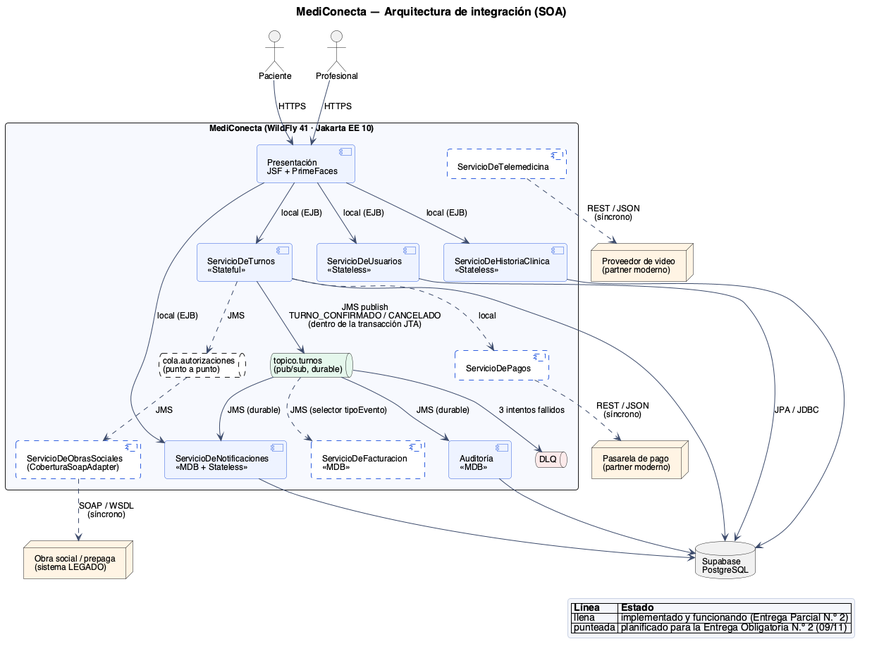
Above: docs/diagramas/01-integracion-soa.png in ToxicWork/MediConecta (PlantUML), before the change. The source it was exported from:
```plantuml
@startuml 01-integracion-soa
!include _estilo.iuml
title MediConecta — Arquitectura de integración (SOA)


actor "Paciente" as PAC
actor "Profesional" as PRO

rectangle "MediConecta (WildFly 41 · Jakarta EE 10)" #F7F9FE {
  component "Presentación\nJSF + PrimeFaces" as WEB
  component "ServicioDeUsuarios\n<<Stateless>>" as SU
  component "ServicioDeTurnos\n<<Stateful>>" as ST
  component "ServicioDeHistoriaClinica\n<<Stateless>>" as SHC
  component "ServicioDeNotificaciones\n<<MDB + Stateless>>" as SN
  component "Auditoría\n<<MDB>>" as AUD
  component "ServicioDeFacturacion\n<<MDB>>" as SF #FFFFFF;line.dashed
  component "ServicioDeObrasSociales\n(CoberturaSoapAdapter)" as SOS #FFFFFF;line.dashed
  component "ServicioDePagos" as SP #FFFFFF;line.dashed
  component "ServicioDeTelemedicina" as STM #FFFFFF;line.dashed

  queue "topico.turnos\n(pub/sub, durable)" as TOP #E5F7EC
  queue "cola.autorizaciones\n(punto a punto)" as COLA #FFFFFF;line.dashed
  queue "DLQ" as DLQ #FDEAEA
}

database "Supabase\nPostgreSQL" as DB
node "Obra social / prepaga\n(sistema LEGADO)" as OS #FFF4E4
node "Pasarela de pago\n(partner moderno)" as PG #FFF4E4
node "Proveedor de video\n(partner moderno)" as VID #FFF4E4

PAC --> WEB : HTTPS
PRO --> WEB : HTTPS
WEB --> SU : local (EJB)
WEB --> ST : local (EJB)
WEB --> SHC : local (EJB)
WEB --> SN : local (EJB)

ST --> TOP : JMS publish\nTURNO_CONFIRMADO / CANCELADO\n(dentro de la transacción JTA)
TOP --> SN : JMS (durable)
TOP --> AUD : JMS (durable)
TOP ..> SF : JMS (selector tipoEvento)
TOP --> DLQ : 3 intentos fallidos

ST ..> COLA : JMS
COLA ..> SOS : JMS
SOS ..> OS : SOAP / WSDL\n(síncrono)
ST ..> SP : local
SP ..> PG : REST / JSON\n(síncrono)
STM ..> VID : REST / JSON\n(síncrono)

SU --> DB : JPA / JDBC
ST --> DB
SHC --> DB
SN --> DB
AUD --> DB

legend right
  |= Línea |= Estado |
  | llena | implementado y funcionando (Entrega Parcial N.º 2) |
  | punteada | planificado para la Entrega Obligatoria N.º 2 (09/11) |
endlegend
@enduml
```
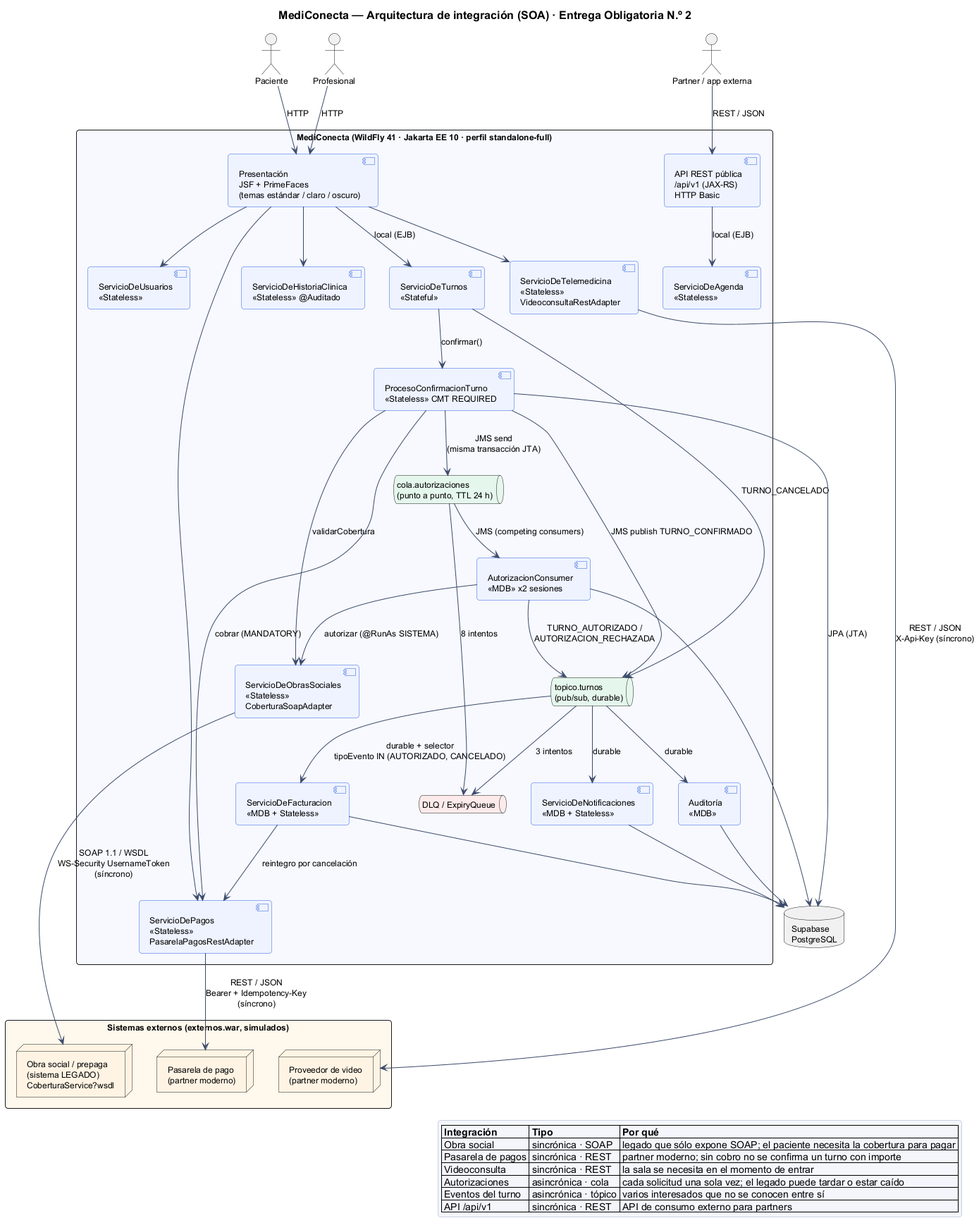
The same file after the commit.

Change to the diagram source:
```diff
@@ -1,62 +1,83 @@
 @startuml 01-integracion-soa
 !include _estilo.iuml
-title MediConecta — Arquitectura de integración (SOA)
-
+title MediConecta — Arquitectura de integración (SOA) · Entrega Obligatoria N.º 2
 
 actor "Paciente" as PAC
 actor "Profesional" as PRO
+actor "Partner / app externa" as EXTAPP
 
-rectangle "MediConecta (WildFly 41 · Jakarta EE 10)" #F7F9FE {
-  component "Presentación\nJSF + PrimeFaces" as WEB
+rectangle "MediConecta (WildFly 41 · Jakarta EE 10 · perfil standalone-full)" #F7F9FE {
+  component "Presentación\nJSF + PrimeFaces\n(temas estándar / claro / oscuro)" as WEB
+  component "API REST pública\n/api/v1 (JAX-RS)\nHTTP Basic" as API
   component "ServicioDeUsuarios\n<<Stateless>>" as SU
   component "ServicioDeTurnos\n<<Stateful>>" as ST
-  component "ServicioDeHistoriaClinica\n<<Stateless>>" as SHC
+  component "ProcesoConfirmacionTurno\n<<Stateless>> CMT REQUIRED" as PCT
+  component "ServicioDeAgenda\n<<Stateless>>" as SA
+  component "ServicioDeHistoriaClinica\n<<Stateless>> @Auditado" as SHC
+  component "ServicioDeObrasSociales\n<<Stateless>>\nCoberturaSoapAdapter" as SOS
+  component "ServicioDePagos\n<<Stateless>>\nPasarelaPagosRestAdapter" as SP
+  component "ServicioDeTelemedicina\n<<Stateless>>\nVideoconsultaRestAdapter" as STM
   component "ServicioDeNotificaciones\n<<MDB + Stateless>>" as SN
   component "Auditoría\n<<MDB>>" as AUD
-  component "ServicioDeFacturacion\n<<MDB>>" as SF #FFFFFF;line.dashed
-  component "ServicioDeObrasSociales\n(CoberturaSoapAdapter)" as SOS #FFFFFF;line.dashed
-  component "ServicioDePagos" as SP #FFFFFF;line.dashed
-  component "ServicioDeTelemedicina" as STM #FFFFFF;line.dashed
+  component "ServicioDeFacturacion\n<<MDB + Stateless>>" as SF
+  component "AutorizacionConsumer\n<<MDB>> x2 sesiones" as AC
 
   queue "topico.turnos\n(pub/sub, durable)" as TOP #E5F7EC
-  queue "cola.autorizaciones\n(punto a punto)" as COLA #FFFFFF;line.dashed
-  queue "DLQ" as DLQ #FDEAEA
+  queue "cola.autorizaciones\n(punto a punto, TTL 24 h)" as COLA #E5F7EC
+  queue "DLQ / ExpiryQueue" as DLQ #FDEAEA
 }
 
 database "Supabase\nPostgreSQL" as DB
-node "Obra social / prepaga\n(sistema LEGADO)" as OS #FFF4E4
-node "Pasarela de pago\n(partner moderno)" as PG #FFF4E4
-node "Proveedor de video\n(partner moderno)" as VID #FFF4E4
 
-PAC --> WEB : HTTPS
-PRO --> WEB : HTTPS
-WEB --> SU : local (EJB)
+rectangle "Sistemas externos (externos.war, simulados)" #FFF8EC {
+  node "Obra social / prepaga\n(sistema LEGADO)\nCoberturaService?wsdl" as OS #FFF4E4
+  node "Pasarela de pago\n(partner moderno)" as PG #FFF4E4
+  node "Proveedor de video\n(partner moderno)" as VID #FFF4E4
+}
+
+PAC --> WEB : HTTP
+PRO --> WEB : HTTP
+EXTAPP --> API : REST / JSON
 WEB --> ST : local (EJB)
-WEB --> SHC : local (EJB)
-WEB --> SN : local (EJB)
+WEB --> SU
+WEB --> SHC
+WEB --> STM
+WEB --> SP
+API --> SA : local (EJB)
 
-ST --> TOP : JMS publish\nTURNO_CONFIRMADO / CANCELADO\n(dentro de la transacción JTA)
-TOP --> SN : JMS (durable)
-TOP --> AUD : JMS (durable)
-TOP ..> SF : JMS (selector tipoEvento)
-TOP --> DLQ : 3 intentos fallidos
+ST --> PCT : confirmar()
+PCT --> SOS : validarCobertura
+PCT --> SP : cobrar (MANDATORY)
+SOS --> OS : SOAP 1.1 / WSDL\nWS-Security UsernameToken\n(síncrono)
+SP --> PG : REST / JSON\nBearer + Idempotency-Key\n(síncrono)
+STM --> VID : REST / JSON\nX-Api-Key (síncrono)
 
-ST ..> COLA : JMS
-COLA ..> SOS : JMS
-SOS ..> OS : SOAP / WSDL\n(síncrono)
-ST ..> SP : local
-SP ..> PG : REST / JSON\n(síncrono)
-STM ..> VID : REST / JSON\n(síncrono)
+PCT --> COLA : JMS send\n(misma transacción JTA)
+PCT --> TOP : JMS publish TURNO_CONFIRMADO
+ST --> TOP : TURNO_CANCELADO
+COLA --> AC : JMS (competing consumers)
+AC --> SOS : autorizar (@RunAs SISTEMA)
+AC --> TOP : TURNO_AUTORIZADO /\nAUTORIZACION_RECHAZADA
+TOP --> SN : durable
+TOP --> AUD : durable
+TOP --> SF : durable + selector\ntipoEvento IN (AUTORIZADO, CANCELADO)
+SF --> SP : reintegro por cancelación
+COLA --> DLQ : 8 intentos
+TOP --> DLQ : 3 intentos
 
-SU --> DB : JPA / JDBC
-ST --> DB
-SHC --> DB
+PCT --> DB : JPA (JTA)
 SN --> DB
 AUD --> DB
+SF --> DB
+AC --> DB
 
 legend right
-  |= Línea |= Estado |
-  | llena | implementado y funcionando (Entrega Parcial N.º 2) |
-  | punteada | planificado para la Entrega Obligatoria N.º 2 (09/11) |
+  |= Integración |= Tipo |= Por qué |
+  | Obra social | sincrónica · SOAP | legado que sólo expone SOAP; el paciente necesita la cobertura para pagar |
+  | Pasarela de pagos | sincrónica · REST | partner moderno; sin cobro no se confirma un turno con importe |
+  | Videoconsulta | sincrónica · REST | la sala se necesita en el momento de entrar |
+  | Autorizaciones | asincrónica · cola | cada solicitud una sola vez; el legado puede tardar o estar caído |
+  | Eventos del turno | asincrónica · tópico | varios interesados que no se conocen entre sí |
+  | API /api/v1 | sincrónica · REST | API de consumo externo para partners |
 endlegend
 @enduml
```
